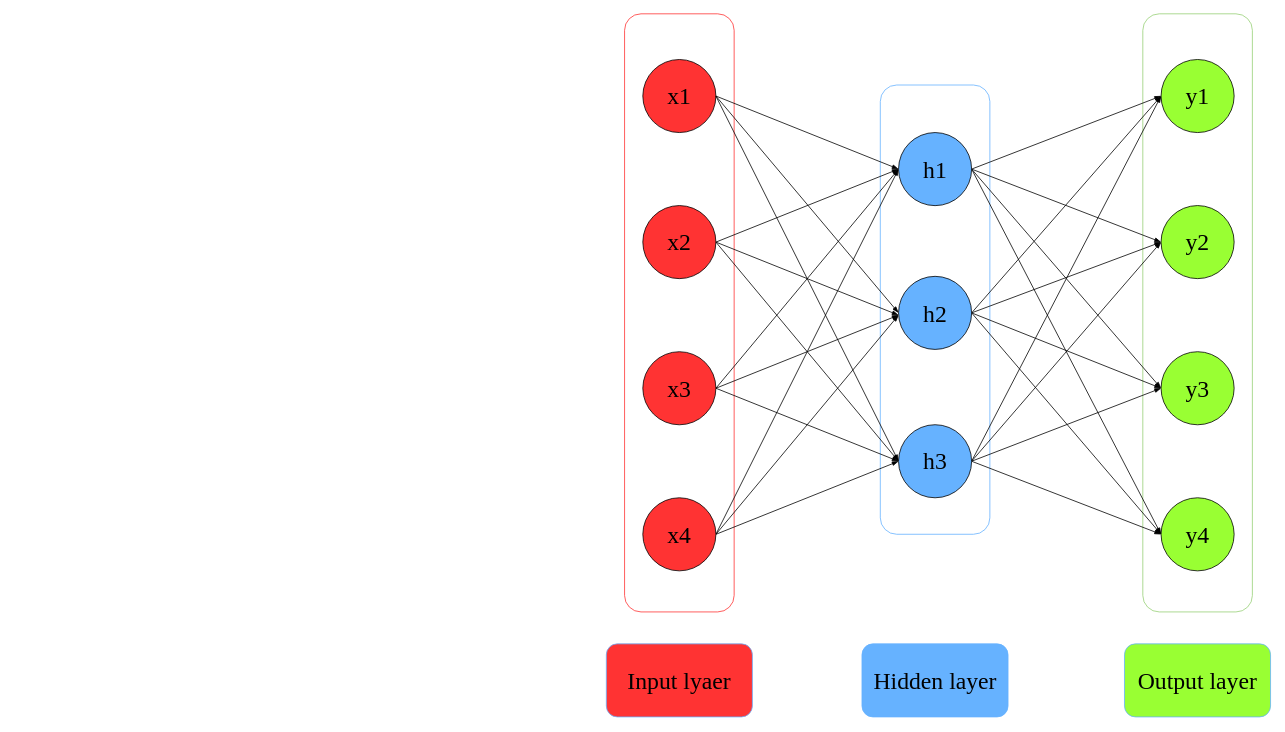
This is fig1.drawio from debeetle/Drawio, a draw.io file, before an edit. Source tidied: cells renumbered, new cells numbered last; positions are measured from the earlier drawing's top-left corner, leaving out a move shared by most shapes. Both pictures are drawn from the tidied source at 79%, with x=0, y=0 at pixel (380, 13).
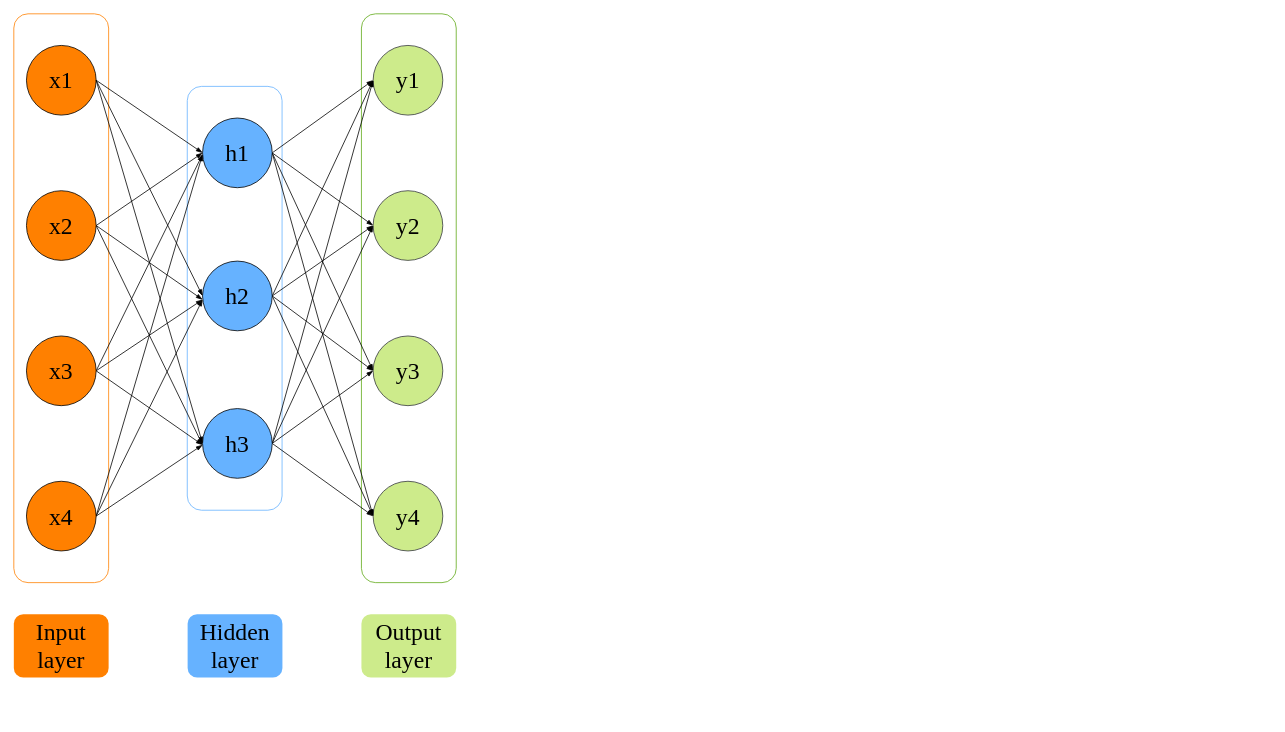
Above is the later version.

What changed in the source:
```diff
@@
-    <mxCell id="2" style="group;fontSize=30;" parent="1" vertex="1">
-      <mxGeometry x="286" width="840.9" height="890" as="geometry" />
-    </mxCell>
-    <mxCell id="3" style="rounded=1;whiteSpace=wrap;html=1;rotation=90;fillColor=none;strokeColor=#97D077;fontFamily=Times New Roman;fontSize=30;" parent="2" vertex="1">
-      <mxGeometry x="369.9" y="309.2" width="757.1" height="138.7" as="geometry" />
-    </mxCell>
-    <mxCell id="4" style="rounded=1;whiteSpace=wrap;html=1;rotation=90;fillColor=none;strokeColor=#66B2FF;fontFamily=Times New Roman;fontSize=30;" parent="2" vertex="1">
-      <mxGeometry x="131.8" y="305.1" width="568.7" height="138.7" as="geometry" />
-    </mxCell>
-    <mxCell id="5" style="rounded=1;whiteSpace=wrap;html=1;rotation=90;fillColor=none;fontColor=#000000;strokeColor=#FF3333;fontFamily=Times New Roman;fontSize=30;" parent="2" vertex="1">
-      <mxGeometry x="-286.1" y="309.2" width="757.1" height="138.7" as="geometry" />
-    </mxCell>
+    <mxCell id="44" style="group;" parent="1" vertex="1">
+      <mxGeometry x="-464" width="560" height="840" as="geometry" />
+    </mxCell>
+    <mxCell id="45" style="rounded=1;whiteSpace=wrap;html=1;fillColor=none;strokeColor=#60a917;rotation=90;fontColor=#ffffff;" parent="44" vertex="1">
+      <mxGeometry x="140" y="300" width="720" height="120" as="geometry" />
+    </mxCell>
+    <mxCell id="41" value="Hidden layer" style="rounded=1;whiteSpace=wrap;html=1;strokeColor=none;fillColor=#66B2FF;fontFamily=Times New Roman;fontSize=30;" parent="44" vertex="1">
+      <mxGeometry x="220" y="760" width="120" height="80" as="geometry" />
+    </mxCell>
+    <mxCell id="46" value="Input layer" style="rounded=1;whiteSpace=wrap;html=1;strokeColor=none;fillColor=#FF8000;fontFamily=Times New Roman;fontSize=30;" parent="44" vertex="1">
+      <mxGeometry y="760" width="120" height="80" as="geometry" />
+    </mxCell>
+    <mxCell id="43" value="Output layer" style="rounded=1;whiteSpace=wrap;html=1;strokeColor=none;fillColor=#cdeb8b;fontFamily=Times New Roman;fontSize=30;glass=0;" parent="44" vertex="1">
+      <mxGeometry x="440" y="760" width="120" height="80" as="geometry" />
+    </mxCell>
+    <mxCell id="47" style="rounded=1;whiteSpace=wrap;html=1;fillColor=none;strokeColor=#FF8000;rotation=90;" parent="44" vertex="1">
+      <mxGeometry x="-300" y="300" width="720" height="120" as="geometry" />
+    </mxCell>
+    <mxCell id="48" style="rounded=1;whiteSpace=wrap;html=1;fillColor=none;strokeColor=#66b2ff;rotation=90;" parent="44" vertex="1">
+      <mxGeometry x="11.3" y="300.1" width="536.5" height="120" as="geometry" />
+    </mxCell>
-    <mxCell id="6" value="x1" style="ellipse;whiteSpace=wrap;html=1;fillColor=#FF3333;fontFamily=Times New Roman;fontSize=30;" parent="2" vertex="1">
-      <mxGeometry x="46.2" y="57.8" width="92.5" height="92.5" as="geometry" />
+    <mxCell id="6" value="x1" style="ellipse;whiteSpace=wrap;html=1;fillColor=#FF8000;fontFamily=Times New Roman;fontSize=30;" parent="44" vertex="1">
+      <mxGeometry x="16" y="40" width="88.2" height="88.2" as="geometry" />
     </mxCell>
-    <mxCell id="7" style="edgeStyle=none;rounded=0;jettySize=auto;html=1;exitX=1;exitY=0.5;exitDx=0;exitDy=0;endArrow=blockThin;endFill=1;fontFamily=Times New Roman;fontSize=30;" parent="2" edge="1" source="9">
-      <mxGeometry relative="1" as="geometry">
-        <mxPoint x="369.9" y="381.4" as="targetPoint" />
-      </mxGeometry>
-    </mxCell>
-    <mxCell id="8" style="edgeStyle=none;rounded=0;jettySize=auto;html=1;exitX=1;exitY=0.5;exitDx=0;exitDy=0;endArrow=blockThin;endFill=1;fontFamily=Times New Roman;fontSize=30;" parent="2" edge="1" source="9">
-      <mxGeometry relative="1" as="geometry">
-        <mxPoint x="369.9" y="566.4" as="targetPoint" />
-      </mxGeometry>
-    </mxCell>
+    <mxCell id="49" style="edgeStyle=none;rounded=0;jettySize=auto;html=1;exitX=1;exitY=0.5;exitDx=0;exitDy=0;endArrow=blockThin;endFill=1;fontFamily=Times New Roman;fontSize=30;" parent="44" edge="1" source="9">
+      <mxGeometry relative="1" as="geometry">
+        <mxPoint x="238.9" y="361.8" as="targetPoint" />
+      </mxGeometry>
+    </mxCell>
+    <mxCell id="50" style="edgeStyle=none;rounded=0;jettySize=auto;html=1;exitX=1;exitY=0.5;exitDx=0;exitDy=0;endArrow=blockThin;endFill=1;fontFamily=Times New Roman;fontSize=30;" parent="44" edge="1" source="9">
+      <mxGeometry relative="1" as="geometry">
+        <mxPoint x="238.9" y="545.7" as="targetPoint" />
+      </mxGeometry>
+    </mxCell>
-    <mxCell id="9" value="x2" style="ellipse;whiteSpace=wrap;html=1;fillColor=#FF3333;fontFamily=Times New Roman;fontSize=30;" parent="2" vertex="1">
-      <mxGeometry x="46.2" y="242.7" width="92.5" height="92.5" as="geometry" />
+    <mxCell id="9" value="x2" style="ellipse;whiteSpace=wrap;html=1;fillColor=#FF8000;fontFamily=Times New Roman;fontSize=30;" parent="44" vertex="1">
+      <mxGeometry x="16" y="223.9" width="88.2" height="88.2" as="geometry" />
     </mxCell>
-    <mxCell id="10" style="edgeStyle=none;rounded=0;jettySize=auto;html=1;exitX=1;exitY=0.5;exitDx=0;exitDy=0;endArrow=blockThin;endFill=1;fontFamily=Times New Roman;fontSize=30;" parent="2" edge="1" source="13">
-      <mxGeometry relative="1" as="geometry">
-        <mxPoint x="369.9" y="196.5" as="targetPoint" />
-      </mxGeometry>
-    </mxCell>
-    <mxCell id="11" style="edgeStyle=none;rounded=0;jettySize=auto;html=1;exitX=1;exitY=0.5;exitDx=0;exitDy=0;endArrow=blockThin;endFill=1;fontFamily=Times New Roman;fontSize=30;" parent="2" edge="1" source="13">
-      <mxGeometry relative="1" as="geometry">
-        <mxPoint x="369.9" y="381.4" as="targetPoint" />
-      </mxGeometry>
-    </mxCell>
-    <mxCell id="12" style="edgeStyle=none;rounded=0;jettySize=auto;html=1;exitX=1;exitY=0.5;exitDx=0;exitDy=0;endArrow=blockThin;endFill=1;fontFamily=Times New Roman;fontSize=30;" parent="2" edge="1" source="13">
-      <mxGeometry relative="1" as="geometry">
-        <mxPoint x="369.9" y="566.4" as="targetPoint" />
-      </mxGeometry>
-    </mxCell>
+    <mxCell id="51" style="edgeStyle=none;rounded=0;jettySize=auto;html=1;exitX=1;exitY=0.5;exitDx=0;exitDy=0;endArrow=blockThin;endFill=1;fontFamily=Times New Roman;fontSize=30;" parent="44" edge="1" source="13">
+      <mxGeometry relative="1" as="geometry">
+        <mxPoint x="238.9" y="177.9" as="targetPoint" />
+      </mxGeometry>
+    </mxCell>
+    <mxCell id="52" style="edgeStyle=none;rounded=0;jettySize=auto;html=1;exitX=1;exitY=0.5;exitDx=0;exitDy=0;endArrow=blockThin;endFill=1;fontFamily=Times New Roman;fontSize=30;" parent="44" edge="1" source="13">
+      <mxGeometry relative="1" as="geometry">
+        <mxPoint x="238.9" y="361.8" as="targetPoint" />
+      </mxGeometry>
+    </mxCell>
+    <mxCell id="53" style="edgeStyle=none;rounded=0;jettySize=auto;html=1;exitX=1;exitY=0.5;exitDx=0;exitDy=0;endArrow=blockThin;endFill=1;fontFamily=Times New Roman;fontSize=30;" parent="44" edge="1" source="13">
+      <mxGeometry relative="1" as="geometry">
+        <mxPoint x="238.9" y="545.7" as="targetPoint" />
+      </mxGeometry>
+    </mxCell>
-    <mxCell id="13" value="x3" style="ellipse;whiteSpace=wrap;html=1;fillColor=#FF3333;fontFamily=Times New Roman;fontSize=30;" parent="2" vertex="1">
-      <mxGeometry x="46.2" y="427.7" width="92.5" height="92.5" as="geometry" />
+    <mxCell id="13" value="x3" style="ellipse;whiteSpace=wrap;html=1;fillColor=#FF8000;fontFamily=Times New Roman;fontSize=30;" parent="44" vertex="1">
+      <mxGeometry x="16" y="407.8" width="88.2" height="88.2" as="geometry" />
     </mxCell>
-    <mxCell id="14" style="edgeStyle=none;rounded=0;jettySize=auto;html=1;exitX=1;exitY=0.5;exitDx=0;exitDy=0;endArrow=blockThin;endFill=1;fontFamily=Times New Roman;fontSize=30;" parent="2" edge="1" source="17">
-      <mxGeometry relative="1" as="geometry">
-        <mxPoint x="369.9" y="196.5" as="targetPoint" />
-      </mxGeometry>
-    </mxCell>
-    <mxCell id="15" style="edgeStyle=none;rounded=0;jettySize=auto;html=1;exitX=1;exitY=0.5;exitDx=0;exitDy=0;endArrow=blockThin;endFill=1;fontFamily=Times New Roman;fontSize=30;" parent="2" edge="1" source="17">
-      <mxGeometry relative="1" as="geometry">
-        <mxPoint x="369.9" y="381.4" as="targetPoint" />
-      </mxGeometry>
-    </mxCell>
-    <mxCell id="16" style="edgeStyle=none;rounded=0;jettySize=auto;html=1;exitX=1;exitY=0.5;exitDx=0;exitDy=0;endArrow=blockThin;endFill=1;fontFamily=Times New Roman;fontSize=30;" parent="2" edge="1" source="17">
-      <mxGeometry relative="1" as="geometry">
-        <mxPoint x="369.9" y="566.4" as="targetPoint" />
-      </mxGeometry>
-    </mxCell>
+    <mxCell id="54" style="edgeStyle=none;rounded=0;jettySize=auto;html=1;exitX=1;exitY=0.5;exitDx=0;exitDy=0;endArrow=blockThin;endFill=1;fontFamily=Times New Roman;fontSize=30;" parent="44" edge="1" source="17">
+      <mxGeometry relative="1" as="geometry">
+        <mxPoint x="238.9" y="177.9" as="targetPoint" />
+      </mxGeometry>
+    </mxCell>
+    <mxCell id="55" style="edgeStyle=none;rounded=0;jettySize=auto;html=1;exitX=1;exitY=0.5;exitDx=0;exitDy=0;endArrow=blockThin;endFill=1;fontFamily=Times New Roman;fontSize=30;" parent="44" edge="1" source="17">
+      <mxGeometry relative="1" as="geometry">
+        <mxPoint x="238.9" y="361.8" as="targetPoint" />
+      </mxGeometry>
+    </mxCell>
+    <mxCell id="56" style="edgeStyle=none;rounded=0;jettySize=auto;html=1;exitX=1;exitY=0.5;exitDx=0;exitDy=0;endArrow=blockThin;endFill=1;fontFamily=Times New Roman;fontSize=30;" parent="44" edge="1" source="17">
+      <mxGeometry relative="1" as="geometry">
+        <mxPoint x="238.9" y="545.7" as="targetPoint" />
+      </mxGeometry>
+    </mxCell>
-    <mxCell id="17" value="x4" style="ellipse;whiteSpace=wrap;html=1;fillColor=#FF3333;fontFamily=Times New Roman;fontSize=30;" parent="2" vertex="1">
-      <mxGeometry x="46.2" y="612.6" width="92.5" height="92.5" as="geometry" />
+    <mxCell id="17" value="x4" style="ellipse;whiteSpace=wrap;html=1;fillColor=#FF8000;fontFamily=Times New Roman;fontSize=30;fillStyle=auto;" parent="44" vertex="1">
+      <mxGeometry x="16" y="591.7" width="88.2" height="88.2" as="geometry" />
     </mxCell>
-    <mxCell id="18" value="y1" style="ellipse;whiteSpace=wrap;html=1;fillColor=#99FF33;fontFamily=Times New Roman;fontSize=30;" parent="2" vertex="1">
-      <mxGeometry x="702.2" y="57.8" width="92.5" height="92.5" as="geometry" />
+    <mxCell id="18" value="y1" style="ellipse;whiteSpace=wrap;html=1;fillColor=#cdeb8b;fontFamily=Times New Roman;fontSize=30;strokeColor=#36393d;" parent="44" vertex="1">
+      <mxGeometry x="454.8" y="40" width="88.2" height="88.2" as="geometry" />
     </mxCell>
-    <mxCell id="19" value="y2" style="ellipse;whiteSpace=wrap;html=1;fillColor=#99FF33;fontFamily=Times New Roman;fontSize=30;" parent="2" vertex="1">
-      <mxGeometry x="702.2" y="242.7" width="92.5" height="92.5" as="geometry" />
+    <mxCell id="19" value="y2" style="ellipse;whiteSpace=wrap;html=1;fillColor=#cdeb8b;fontFamily=Times New Roman;fontSize=30;strokeColor=#36393d;" parent="44" vertex="1">
+      <mxGeometry x="454.8" y="223.9" width="88.2" height="88.2" as="geometry" />
     </mxCell>
-    <mxCell id="20" value="y3" style="ellipse;whiteSpace=wrap;html=1;fillColor=#99FF33;fontFamily=Times New Roman;fontSize=30;" parent="2" vertex="1">
-      <mxGeometry x="702.2" y="427.7" width="92.5" height="92.5" as="geometry" />
+    <mxCell id="20" value="y3" style="ellipse;whiteSpace=wrap;html=1;fillColor=#cdeb8b;fontFamily=Times New Roman;fontSize=30;strokeColor=#36393d;" parent="44" vertex="1">
+      <mxGeometry x="454.8" y="407.8" width="88.2" height="88.2" as="geometry" />
     </mxCell>
-    <mxCell id="21" value="y4" style="ellipse;whiteSpace=wrap;html=1;fillColor=#99FF33;fontFamily=Times New Roman;fontSize=30;" parent="2" vertex="1">
-      <mxGeometry x="702.2" y="612.6" width="92.5" height="92.5" as="geometry" />
+    <mxCell id="21" value="y4" style="ellipse;whiteSpace=wrap;html=1;fillColor=#cdeb8b;fontFamily=Times New Roman;fontSize=30;strokeColor=#36393d;" parent="44" vertex="1">
+      <mxGeometry x="454.8" y="591.7" width="88.2" height="88.2" as="geometry" />
     </mxCell>
-    <mxCell id="22" style="edgeStyle=none;rounded=0;jettySize=auto;html=1;exitX=1;exitY=0.5;exitDx=0;exitDy=0;entryX=0;entryY=0.5;entryDx=0;entryDy=0;endArrow=blockThin;endFill=1;fontFamily=Times New Roman;fontSize=30;" parent="2" edge="1" source="26" target="18">
+    <mxCell id="22" style="edgeStyle=none;rounded=0;jettySize=auto;html=1;exitX=1;exitY=0.5;exitDx=0;exitDy=0;entryX=0;entryY=0.5;entryDx=0;entryDy=0;endArrow=blockThin;endFill=1;fontFamily=Times New Roman;fontSize=30;" parent="44" edge="1" source="26" target="18">
       <mxGeometry relative="1" as="geometry" />
     </mxCell>
-    <mxCell id="23" style="edgeStyle=none;rounded=0;jettySize=auto;html=1;exitX=1;exitY=0.5;exitDx=0;exitDy=0;entryX=0;entryY=0.5;entryDx=0;entryDy=0;endArrow=blockThin;endFill=1;fontFamily=Times New Roman;fontSize=30;" parent="2" edge="1" source="26" target="19">
+    <mxCell id="23" style="edgeStyle=none;rounded=0;jettySize=auto;html=1;exitX=1;exitY=0.5;exitDx=0;exitDy=0;entryX=0;entryY=0.5;entryDx=0;entryDy=0;endArrow=blockThin;endFill=1;fontFamily=Times New Roman;fontSize=30;" parent="44" edge="1" source="26" target="19">
       <mxGeometry relative="1" as="geometry" />
     </mxCell>
-    <mxCell id="24" style="edgeStyle=none;rounded=0;jettySize=auto;html=1;exitX=1;exitY=0.5;exitDx=0;exitDy=0;entryX=0;entryY=0.5;entryDx=0;entryDy=0;endArrow=blockThin;endFill=1;fontFamily=Times New Roman;fontSize=30;" parent="2" edge="1" source="26" target="20">
+    <mxCell id="24" style="edgeStyle=none;rounded=0;jettySize=auto;html=1;exitX=1;exitY=0.5;exitDx=0;exitDy=0;entryX=0;entryY=0.5;entryDx=0;entryDy=0;endArrow=blockThin;endFill=1;fontFamily=Times New Roman;fontSize=30;" parent="44" edge="1" source="26" target="20">
       <mxGeometry relative="1" as="geometry" />
     </mxCell>
-    <mxCell id="25" style="edgeStyle=none;rounded=0;jettySize=auto;html=1;exitX=1;exitY=0.5;exitDx=0;exitDy=0;entryX=0;entryY=0.5;entryDx=0;entryDy=0;endArrow=blockThin;endFill=1;fontFamily=Times New Roman;fontSize=30;" parent="2" edge="1" source="26" target="21">
+    <mxCell id="25" style="edgeStyle=none;rounded=0;jettySize=auto;html=1;exitX=1;exitY=0.5;exitDx=0;exitDy=0;entryX=0;entryY=0.5;entryDx=0;entryDy=0;endArrow=blockThin;endFill=1;fontFamily=Times New Roman;fontSize=30;" parent="44" edge="1" source="26" target="21">
       <mxGeometry relative="1" as="geometry" />
     </mxCell>
-    <mxCell id="26" value="h1" style="ellipse;whiteSpace=wrap;html=1;fillColor=#66B2FF;fontFamily=Times New Roman;fontSize=30;" parent="2" vertex="1">
-      <mxGeometry x="369.9" y="150.3" width="92.5" height="92.5" as="geometry" />
+    <mxCell id="26" value="h1" style="ellipse;whiteSpace=wrap;html=1;fillColor=#66B2FF;fontFamily=Times New Roman;fontSize=30;" parent="44" vertex="1">
+      <mxGeometry x="238.9" y="131.9" width="88.2" height="88.2" as="geometry" />
     </mxCell>
-    <mxCell id="27" style="rounded=0;jettySize=auto;html=1;exitX=1;exitY=0.5;exitDx=0;exitDy=0;entryX=0;entryY=0.5;entryDx=0;entryDy=0;endArrow=blockThin;endFill=1;fontFamily=Times New Roman;fontSize=30;" parent="2" edge="1" source="6" target="26">
+    <mxCell id="27" style="rounded=0;jettySize=auto;html=1;exitX=1;exitY=0.5;exitDx=0;exitDy=0;entryX=0;entryY=0.5;entryDx=0;entryDy=0;endArrow=blockThin;endFill=1;fontFamily=Times New Roman;fontSize=30;" parent="44" edge="1" source="6" target="26">
       <mxGeometry relative="1" as="geometry" />
     </mxCell>
-    <mxCell id="28" style="edgeStyle=none;rounded=0;jettySize=auto;html=1;exitX=1;exitY=0.5;exitDx=0;exitDy=0;entryX=0;entryY=0.5;entryDx=0;entryDy=0;endArrow=blockThin;endFill=1;fontFamily=Times New Roman;fontSize=30;" parent="2" edge="1" source="9" target="26">
+    <mxCell id="28" style="edgeStyle=none;rounded=0;jettySize=auto;html=1;exitX=1;exitY=0.5;exitDx=0;exitDy=0;entryX=0;entryY=0.5;entryDx=0;entryDy=0;endArrow=blockThin;endFill=1;fontFamily=Times New Roman;fontSize=30;" parent="44" edge="1" source="9" target="26">
       <mxGeometry relative="1" as="geometry" />
     </mxCell>
-    <mxCell id="29" style="edgeStyle=none;rounded=0;jettySize=auto;html=1;exitX=1;exitY=0.5;exitDx=0;exitDy=0;entryX=0;entryY=0.5;entryDx=0;entryDy=0;endArrow=blockThin;endFill=1;fontFamily=Times New Roman;fontSize=30;" parent="2" edge="1" source="33" target="18">
+    <mxCell id="29" style="edgeStyle=none;rounded=0;jettySize=auto;html=1;exitX=1;exitY=0.5;exitDx=0;exitDy=0;entryX=0;entryY=0.5;entryDx=0;entryDy=0;endArrow=blockThin;endFill=1;fontFamily=Times New Roman;fontSize=30;" parent="44" edge="1" source="33" target="18">
       <mxGeometry relative="1" as="geometry" />
     </mxCell>
-    <mxCell id="30" style="edgeStyle=none;rounded=0;jettySize=auto;html=1;exitX=1;exitY=0.5;exitDx=0;exitDy=0;entryX=0;entryY=0.5;entryDx=0;entryDy=0;endArrow=blockThin;endFill=1;fontFamily=Times New Roman;fontSize=30;" parent="2" edge="1" source="33" target="19">
+    <mxCell id="30" style="edgeStyle=none;rounded=0;jettySize=auto;html=1;exitX=1;exitY=0.5;exitDx=0;exitDy=0;entryX=0;entryY=0.5;entryDx=0;entryDy=0;endArrow=blockThin;endFill=1;fontFamily=Times New Roman;fontSize=30;" parent="44" edge="1" source="33" target="19">
       <mxGeometry relative="1" as="geometry" />
     </mxCell>
-    <mxCell id="31" style="edgeStyle=none;rounded=0;jettySize=auto;html=1;exitX=1;exitY=0.5;exitDx=0;exitDy=0;entryX=0;entryY=0.5;entryDx=0;entryDy=0;endArrow=blockThin;endFill=1;fontFamily=Times New Roman;fontSize=30;" parent="2" edge="1" source="33" target="20">
+    <mxCell id="31" style="edgeStyle=none;rounded=0;jettySize=auto;html=1;exitX=1;exitY=0.5;exitDx=0;exitDy=0;entryX=0;entryY=0.5;entryDx=0;entryDy=0;endArrow=blockThin;endFill=1;fontFamily=Times New Roman;fontSize=30;" parent="44" edge="1" source="33" target="20">
       <mxGeometry relative="1" as="geometry" />
     </mxCell>
-    <mxCell id="32" style="edgeStyle=none;rounded=0;jettySize=auto;html=1;exitX=1;exitY=0.5;exitDx=0;exitDy=0;entryX=0;entryY=0.5;entryDx=0;entryDy=0;endArrow=blockThin;endFill=1;fontFamily=Times New Roman;fontSize=30;" parent="2" edge="1" source="33" target="21">
+    <mxCell id="32" style="edgeStyle=none;rounded=0;jettySize=auto;html=1;exitX=1;exitY=0.5;exitDx=0;exitDy=0;entryX=0;entryY=0.5;entryDx=0;entryDy=0;endArrow=blockThin;endFill=1;fontFamily=Times New Roman;fontSize=30;" parent="44" edge="1" source="33" target="21">
       <mxGeometry relative="1" as="geometry" />
     </mxCell>
-    <mxCell id="33" value="h2" style="ellipse;whiteSpace=wrap;html=1;fillColor=#66B2FF;fontFamily=Times New Roman;fontSize=30;" parent="2" vertex="1">
-      <mxGeometry x="369.9" y="332.3" width="92.5" height="92.5" as="geometry" />
+    <mxCell id="33" value="h2" style="ellipse;whiteSpace=wrap;html=1;fillColor=#66B2FF;fontFamily=Times New Roman;fontSize=30;" parent="44" vertex="1">
+      <mxGeometry x="238.9" y="313" width="88.2" height="88.2" as="geometry" />
     </mxCell>
-    <mxCell id="34" style="edgeStyle=none;rounded=0;jettySize=auto;html=1;exitX=1;exitY=0.5;exitDx=0;exitDy=0;entryX=0;entryY=0.5;entryDx=0;entryDy=0;endArrow=blockThin;endFill=1;fontFamily=Times New Roman;fontSize=30;" parent="2" edge="1" source="6" target="33">
+    <mxCell id="34" style="edgeStyle=none;rounded=0;jettySize=auto;html=1;exitX=1;exitY=0.5;exitDx=0;exitDy=0;entryX=0;entryY=0.5;entryDx=0;entryDy=0;endArrow=blockThin;endFill=1;fontFamily=Times New Roman;fontSize=30;" parent="44" edge="1" source="6" target="33">
       <mxGeometry relative="1" as="geometry" />
     </mxCell>
-    <mxCell id="35" style="edgeStyle=none;rounded=0;jettySize=auto;html=1;exitX=1;exitY=0.5;exitDx=0;exitDy=0;entryX=0;entryY=0.5;entryDx=0;entryDy=0;endArrow=blockThin;endFill=1;fontFamily=Times New Roman;fontSize=30;" parent="2" edge="1" source="39" target="18">
+    <mxCell id="35" style="edgeStyle=none;rounded=0;jettySize=auto;html=1;exitX=1;exitY=0.5;exitDx=0;exitDy=0;entryX=0;entryY=0.5;entryDx=0;entryDy=0;endArrow=blockThin;endFill=1;fontFamily=Times New Roman;fontSize=30;" parent="44" edge="1" source="39" target="18">
       <mxGeometry relative="1" as="geometry" />
     </mxCell>
-    <mxCell id="36" style="edgeStyle=none;rounded=0;jettySize=auto;html=1;exitX=1;exitY=0.5;exitDx=0;exitDy=0;entryX=0;entryY=0.5;entryDx=0;entryDy=0;endArrow=blockThin;endFill=1;fontFamily=Times New Roman;fontSize=30;" parent="2" edge="1" source="39" target="19">
+    <mxCell id="36" style="edgeStyle=none;rounded=0;jettySize=auto;html=1;exitX=1;exitY=0.5;exitDx=0;exitDy=0;entryX=0;entryY=0.5;entryDx=0;entryDy=0;endArrow=blockThin;endFill=1;fontFamily=Times New Roman;fontSize=30;" parent="44" edge="1" source="39" target="19">
       <mxGeometry relative="1" as="geometry" />
     </mxCell>
-    <mxCell id="37" style="edgeStyle=none;rounded=0;jettySize=auto;html=1;exitX=1;exitY=0.5;exitDx=0;exitDy=0;entryX=0;entryY=0.5;entryDx=0;entryDy=0;endArrow=blockThin;endFill=1;fontFamily=Times New Roman;fontSize=30;" parent="2" edge="1" source="39" target="20">
+    <mxCell id="37" style="edgeStyle=none;rounded=0;jettySize=auto;html=1;exitX=1;exitY=0.5;exitDx=0;exitDy=0;entryX=0;entryY=0.5;entryDx=0;entryDy=0;endArrow=blockThin;endFill=1;fontFamily=Times New Roman;fontSize=30;" parent="44" edge="1" source="39" target="20">
       <mxGeometry relative="1" as="geometry" />
     </mxCell>
-    <mxCell id="38" style="edgeStyle=none;rounded=0;jettySize=auto;html=1;exitX=1;exitY=0.5;exitDx=0;exitDy=0;entryX=0;entryY=0.5;entryDx=0;entryDy=0;endArrow=blockThin;endFill=1;fontFamily=Times New Roman;fontSize=30;" parent="2" edge="1" source="39" target="21">
+    <mxCell id="38" style="edgeStyle=none;rounded=0;jettySize=auto;html=1;exitX=1;exitY=0.5;exitDx=0;exitDy=0;entryX=0;entryY=0.5;entryDx=0;entryDy=0;endArrow=blockThin;endFill=1;fontFamily=Times New Roman;fontSize=30;" parent="44" edge="1" source="39" target="21">
       <mxGeometry relative="1" as="geometry" />
     </mxCell>
-    <mxCell id="39" value="h3" style="ellipse;whiteSpace=wrap;html=1;fillColor=#66B2FF;fontFamily=Times New Roman;fontSize=30;" parent="2" vertex="1">
-      <mxGeometry x="369.9" y="520.1" width="92.5" height="92.5" as="geometry" />
+    <mxCell id="39" value="h3" style="ellipse;whiteSpace=wrap;html=1;fillColor=#66B2FF;fontFamily=Times New Roman;fontSize=30;" parent="44" vertex="1">
+      <mxGeometry x="238.9" y="499.7" width="88.2" height="88.2" as="geometry" />
     </mxCell>
-    <mxCell id="40" style="edgeStyle=none;rounded=0;jettySize=auto;html=1;exitX=1;exitY=0.5;exitDx=0;exitDy=0;entryX=0;entryY=0.5;entryDx=0;entryDy=0;endArrow=blockThin;endFill=1;fontFamily=Times New Roman;fontSize=30;" parent="2" edge="1" source="6" target="39">
+    <mxCell id="40" style="edgeStyle=none;rounded=0;jettySize=auto;html=1;exitX=1;exitY=0.5;exitDx=0;exitDy=0;entryX=0;entryY=0.5;entryDx=0;entryDy=0;endArrow=blockThin;endFill=1;fontFamily=Times New Roman;fontSize=30;" parent="44" edge="1" source="6" target="39">
       <mxGeometry relative="1" as="geometry" />
     </mxCell>
-    <mxCell id="41" value="Hidden layer" style="rounded=1;whiteSpace=wrap;html=1;strokeColor=#66B2FF;fillColor=#66B2FF;fontFamily=Times New Roman;fontSize=30;" parent="2" vertex="1">
-      <mxGeometry x="323.6" y="797.5" width="184.9" height="92.5" as="geometry" />
-    </mxCell>
-    <mxCell id="42" value="Input lyaer" style="rounded=1;whiteSpace=wrap;html=1;strokeColor=#66B2FF;fillColor=#FF3333;fontFamily=Times New Roman;fontSize=30;" parent="2" vertex="1">
-      <mxGeometry y="797.5" width="184.9" height="92.5" as="geometry" />
-    </mxCell>
-    <mxCell id="43" value="Output layer" style="rounded=1;whiteSpace=wrap;html=1;strokeColor=#66B2FF;fillColor=#99FF33;fontFamily=Times New Roman;fontSize=30;" parent="2" vertex="1">
-      <mxGeometry x="655.9" y="797.5" width="184.9" height="92.5" as="geometry" />
-    </mxCell>
```
